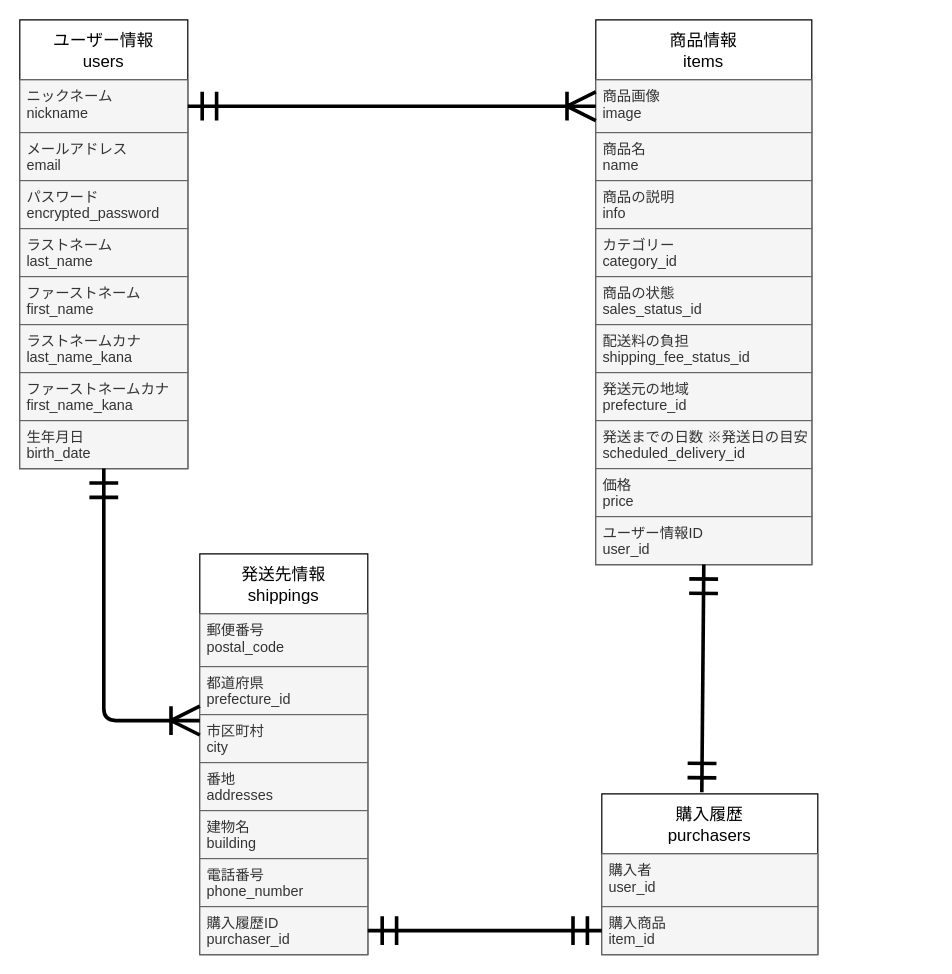
This is er.dio from hiroyuki0305/furima-37561, a draw.io file, before an edit. Source tidied: cells renumbered, new cells numbered last; positions are measured from the earlier drawing's top-left corner, leaving out a move shared by most shapes. Both pictures are drawn from the tidied source at 120%, with x=0, y=0 at pixel (19, 19).
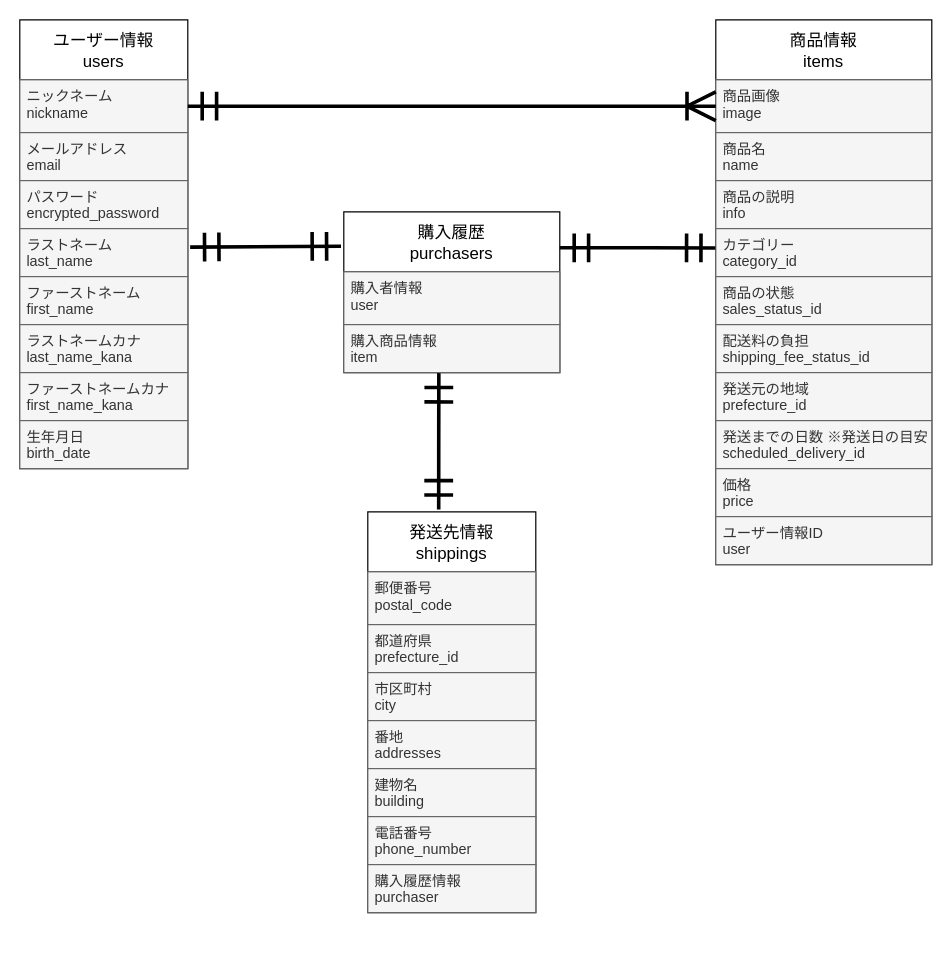
The same page after the edit.

Commit message (it also covers changes not shown here):
ER図とREADMEの修正3

The change refers to these unchanged cells:
```xml
<mxCell id="2" value="ユーザー情報&#10;users" style="swimlane;fontStyle=0;horizontal=1;startSize=50;align=center;fontSize=14;" parent="1" vertex="1">
  <mxGeometry width="140" height="374" as="geometry" />
</mxCell>
<mxCell id="6" value="ラストネーム&#10;last_name" style="text;strokeColor=#666666;fillColor=#f5f5f5;spacingLeft=4;spacingRight=4;overflow=hidden;points=[[0,0.5],[1,0.5]];portConstraint=eastwest;fontSize=12;fontColor=#333333;" parent="2" vertex="1">
  <mxGeometry y="174" width="140" height="40" as="geometry" />
</mxCell>
<mxCell id="15" value="カテゴリー&#10;category_id" style="text;strokeColor=#666666;fillColor=#f5f5f5;spacingLeft=4;spacingRight=4;overflow=hidden;points=[[0,0.5],[1,0.5]];portConstraint=eastwest;fontSize=12;fontColor=#333333;" parent="11" vertex="1">
  <mxGeometry y="174" width="180" height="40" as="geometry" />
</mxCell>
<mxCell id="25" value="市区町村&#10;city" style="text;strokeColor=#666666;fillColor=#f5f5f5;spacingLeft=4;spacingRight=4;overflow=hidden;points=[[0,0.5],[1,0.5]];portConstraint=eastwest;fontSize=12;fontColor=#333333;" parent="22" vertex="1">
  <mxGeometry y="134" width="140" height="40" as="geometry" />
</mxCell>
```

What changed in the source:
```diff
@@
     <mxCell id="11" value="商品情報&#10;items" style="swimlane;fontStyle=0;horizontal=1;startSize=50;align=center;fontSize=14;" parent="1" vertex="1">
-      <mxGeometry x="480" width="180" height="454" as="geometry" />
+      <mxGeometry x="580" width="180" height="454" as="geometry" />
     </mxCell>
@@
-    <mxCell id="21" value="ユーザー情報ID&#10;user_id" style="text;strokeColor=#666666;fillColor=#f5f5f5;spacingLeft=4;spacingRight=4;overflow=hidden;fontSize=12;fontColor=#333333;" parent="11" vertex="1">
+    <mxCell id="21" value="ユーザー情報ID&#10;user" style="text;strokeColor=#666666;fillColor=#f5f5f5;spacingLeft=4;spacingRight=4;overflow=hidden;fontSize=12;fontColor=#333333;" parent="11" vertex="1">
       <mxGeometry y="414" width="180" height="40" as="geometry" />
     </mxCell>
     <mxCell id="22" value="発送先情報&#10;shippings" style="swimlane;fontStyle=0;horizontal=1;startSize=50;align=center;fontSize=14;" parent="1" vertex="1">
-      <mxGeometry x="150" y="445" width="140" height="334" as="geometry" />
+      <mxGeometry x="290" y="410" width="140" height="334" as="geometry" />
     </mxCell>
@@
-    <mxCell id="29" value="購入履歴ID&#10;purchaser_id" style="text;strokeColor=#666666;fillColor=#f5f5f5;spacingLeft=4;spacingRight=4;overflow=hidden;points=[[0,0.5],[1,0.5]];portConstraint=eastwest;fontSize=12;fontColor=#333333;" parent="22" vertex="1">
+    <mxCell id="29" value="購入履歴情報&#10;purchaser" style="text;strokeColor=#666666;fillColor=#f5f5f5;spacingLeft=4;spacingRight=4;overflow=hidden;points=[[0,0.5],[1,0.5]];portConstraint=eastwest;fontSize=12;fontColor=#333333;" parent="22" vertex="1">
       <mxGeometry y="294" width="140" height="40" as="geometry" />
     </mxCell>
     <mxCell id="30" value="購入履歴&#10;purchasers" style="swimlane;fontStyle=0;horizontal=1;startSize=50;align=center;fontSize=14;" parent="1" vertex="1">
-      <mxGeometry x="485" y="645" width="180" height="134" as="geometry" />
+      <mxGeometry x="270" y="160" width="180" height="134" as="geometry" />
     </mxCell>
-    <mxCell id="31" value="購入者&#10;user_id" style="text;strokeColor=#666666;fillColor=#f5f5f5;spacingLeft=4;spacingRight=4;overflow=hidden;fontSize=12;fontColor=#333333;" parent="30" vertex="1">
+    <mxCell id="31" value="購入者情報&#10;user" style="text;strokeColor=#666666;fillColor=#f5f5f5;spacingLeft=4;spacingRight=4;overflow=hidden;fontSize=12;fontColor=#333333;" parent="30" vertex="1">
       <mxGeometry y="50" width="180" height="44" as="geometry" />
     </mxCell>
-    <mxCell id="32" value="購入商品&#10;item_id" style="text;strokeColor=#666666;fillColor=#f5f5f5;spacingLeft=4;spacingRight=4;overflow=hidden;points=[[0,0.5],[1,0.5]];portConstraint=eastwest;fontSize=12;fontColor=#333333;" parent="30" vertex="1">
+    <mxCell id="32" value="購入商品情報&#10;item" style="text;strokeColor=#666666;fillColor=#f5f5f5;spacingLeft=4;spacingRight=4;overflow=hidden;points=[[0,0.5],[1,0.5]];portConstraint=eastwest;fontSize=12;fontColor=#333333;" parent="30" vertex="1">
       <mxGeometry y="94" width="180" height="40" as="geometry" />
     </mxCell>
@@
-    <mxCell id="34" style="fontSize=12;html=1;endArrow=ERoneToMany;startArrow=ERmandOne;exitX=0.5;exitY=1;exitDx=0;exitDy=0;endSize=20;startSize=20;strokeWidth=3;edgeStyle=orthogonalEdgeStyle;" parent="1" edge="1" source="2" target="25">
-      <mxGeometry relative="1" as="geometry">
-        <Array as="points">
-          <mxPoint x="70" y="584" />
-        </Array>
-      </mxGeometry>
-    </mxCell>
-    <mxCell id="35" style="fontSize=12;html=1;endArrow=ERmandOne;startArrow=ERmandOne;startSize=20;endSize=20;strokeWidth=3;exitX=1;exitY=0.5;exitDx=0;exitDy=0;" parent="1" edge="1" source="29" target="32">
+    <mxCell id="35" style="fontSize=12;html=1;endArrow=ERmandOne;startArrow=ERmandOne;startSize=20;endSize=20;strokeWidth=3;exitX=0.422;exitY=-0.006;exitDx=0;exitDy=0;edgeStyle=orthogonalEdgeStyle;exitPerimeter=0;entryX=0.44;entryY=1.011;entryDx=0;entryDy=0;entryPerimeter=0;" parent="1" edge="1" source="22" target="32">
       <mxGeometry relative="1" as="geometry" />
     </mxCell>
-    <mxCell id="36" style="fontSize=12;html=1;endArrow=ERmandOne;startArrow=ERmandOne;startSize=20;endSize=20;strokeWidth=3;entryX=0.5;entryY=1;entryDx=0;entryDy=0;exitX=0.463;exitY=-0.01;exitDx=0;exitDy=0;exitPerimeter=0;" parent="1" edge="1" source="30" target="11">
+    <mxCell id="36" style="fontSize=12;html=1;endArrow=ERmandOne;startArrow=ERmandOne;startSize=20;endSize=20;strokeWidth=3;edgeStyle=orthogonalEdgeStyle;exitX=1;exitY=0.224;exitDx=0;exitDy=0;exitPerimeter=0;entryX=-0.002;entryY=0.404;entryDx=0;entryDy=0;entryPerimeter=0;" parent="1" edge="1" source="30" target="15">
       <mxGeometry relative="1" as="geometry" />
     </mxCell>
+    <mxCell id="37" style="fontSize=12;html=1;endArrow=ERmandOne;startArrow=ERmandOne;startSize=20;endSize=20;strokeWidth=3;exitX=1.014;exitY=0.386;exitDx=0;exitDy=0;exitPerimeter=0;entryX=-0.013;entryY=0.214;entryDx=0;entryDy=0;entryPerimeter=0;" parent="1" edge="1" source="6" target="30">
+      <mxGeometry relative="1" as="geometry" />
+    </mxCell>
```
